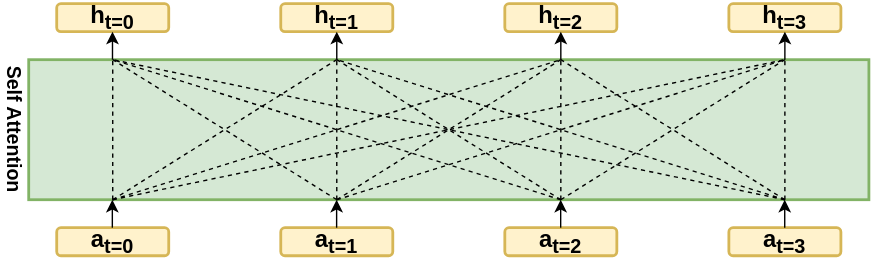
Earlier version of the draw.io export attention_like_seqmlp.svg (yyhtbs-yye/course_images). Source tidied: cells renumbered, new cells last; positions are measured from the earlier drawing's top-left corner, leaving out a move shared by most shapes.
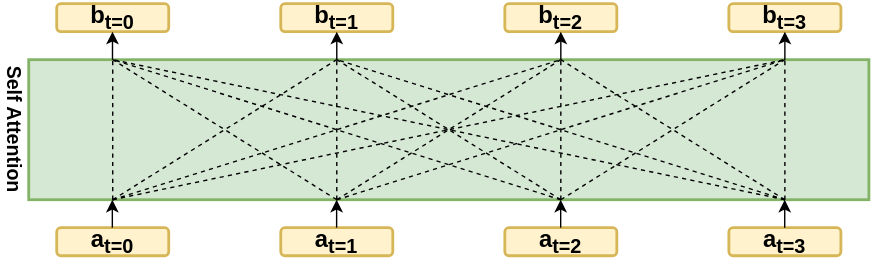
After the change.

Diff of the diagram source:
```diff
@@ -104,16 +104,16 @@
         <mxPoint x="120" y="40" as="targetPoint" />
       </mxGeometry>
     </mxCell>
-    <mxCell id="20" value="h&lt;sub&gt;t=0&lt;/sub&gt;" style="rounded=1;whiteSpace=wrap;html=1;fontStyle=1;strokeWidth=2;fontSize=17;fillColor=#fff2cc;strokeColor=#d6b656;" parent="1" vertex="1">
+    <mxCell id="20" value="b&lt;sub&gt;t=0&lt;/sub&gt;" style="rounded=1;whiteSpace=wrap;html=1;fontStyle=1;strokeWidth=2;fontSize=17;fillColor=#fff2cc;strokeColor=#d6b656;" parent="1" vertex="1">
       <mxGeometry x="80" width="80" height="20" as="geometry" />
     </mxCell>
-    <mxCell id="21" value="h&lt;sub&gt;t=1&lt;/sub&gt;" style="rounded=1;whiteSpace=wrap;html=1;fontStyle=1;strokeWidth=2;fontSize=17;fillColor=#fff2cc;strokeColor=#d6b656;" parent="1" vertex="1">
+    <mxCell id="21" value="b&lt;sub&gt;t=1&lt;/sub&gt;" style="rounded=1;whiteSpace=wrap;html=1;fontStyle=1;strokeWidth=2;fontSize=17;fillColor=#fff2cc;strokeColor=#d6b656;" parent="1" vertex="1">
       <mxGeometry x="240" width="80" height="20" as="geometry" />
     </mxCell>
-    <mxCell id="22" value="h&lt;sub&gt;t=2&lt;/sub&gt;" style="rounded=1;whiteSpace=wrap;html=1;fontStyle=1;strokeWidth=2;fontSize=17;fillColor=#fff2cc;strokeColor=#d6b656;" parent="1" vertex="1">
+    <mxCell id="22" value="b&lt;sub&gt;t=2&lt;/sub&gt;" style="rounded=1;whiteSpace=wrap;html=1;fontStyle=1;strokeWidth=2;fontSize=17;fillColor=#fff2cc;strokeColor=#d6b656;" parent="1" vertex="1">
       <mxGeometry x="400" width="80" height="20" as="geometry" />
     </mxCell>
-    <mxCell id="23" value="h&lt;sub&gt;t=3&lt;/sub&gt;" style="rounded=1;whiteSpace=wrap;html=1;fontStyle=1;strokeWidth=2;fontSize=17;fillColor=#fff2cc;strokeColor=#d6b656;" parent="1" vertex="1">
+    <mxCell id="23" value="b&lt;sub&gt;t=3&lt;/sub&gt;" style="rounded=1;whiteSpace=wrap;html=1;fontStyle=1;strokeWidth=2;fontSize=17;fillColor=#fff2cc;strokeColor=#d6b656;" parent="1" vertex="1">
       <mxGeometry x="560" width="80" height="20" as="geometry" />
     </mxCell>
     <mxCell id="24" value="a&lt;sub&gt;t=0&lt;/sub&gt;" style="rounded=1;whiteSpace=wrap;html=1;fontStyle=1;strokeWidth=2;fontSize=17;fillColor=#fff2cc;strokeColor=#d6b656;" parent="1" vertex="1">
```
